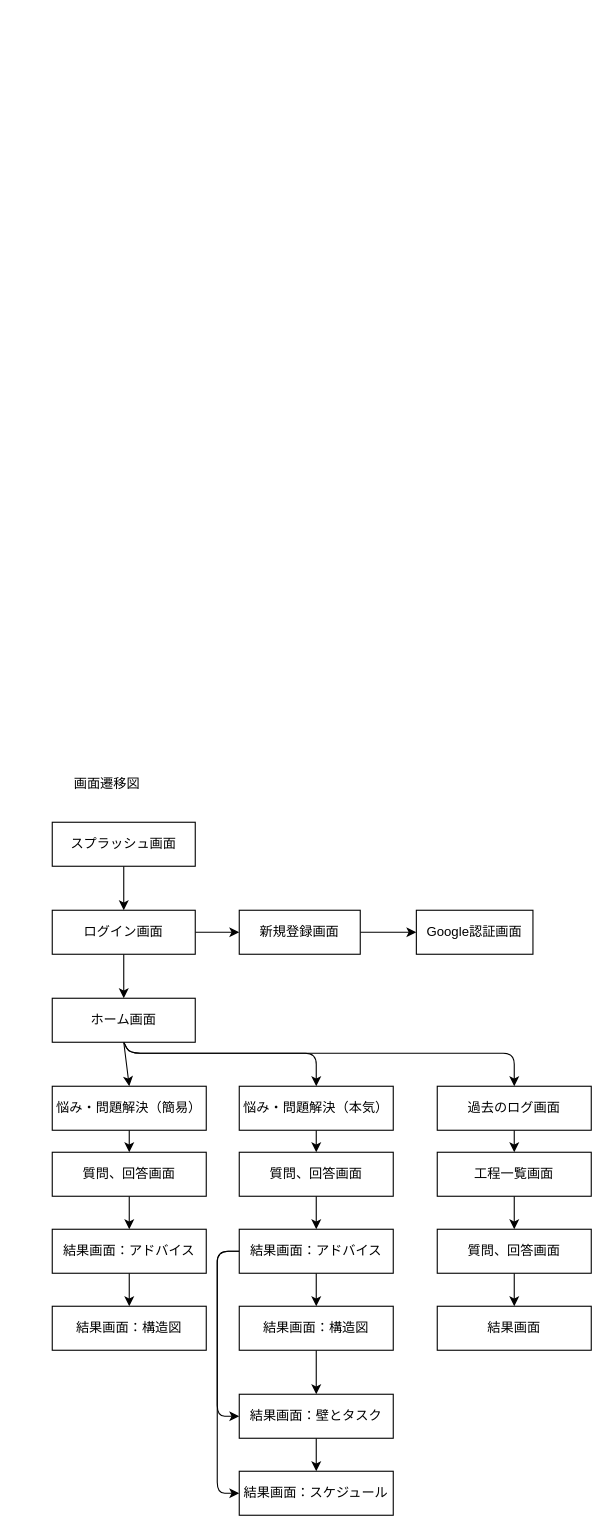
Above: page "画面遷移図" (3 of 3) of Diagrams/RequirementsDefinitionPhase.drawio in hiroyuki00889/ALL-AIBOX (draw.io), before the change. Source tidied: cells renumbered, new cells numbered last; positions are measured from the earlier drawing's top-left corner, leaving out a move shared by most shapes. Both pictures are drawn from the tidied source at 110%, with x=0, y=0 at pixel (19, 767).
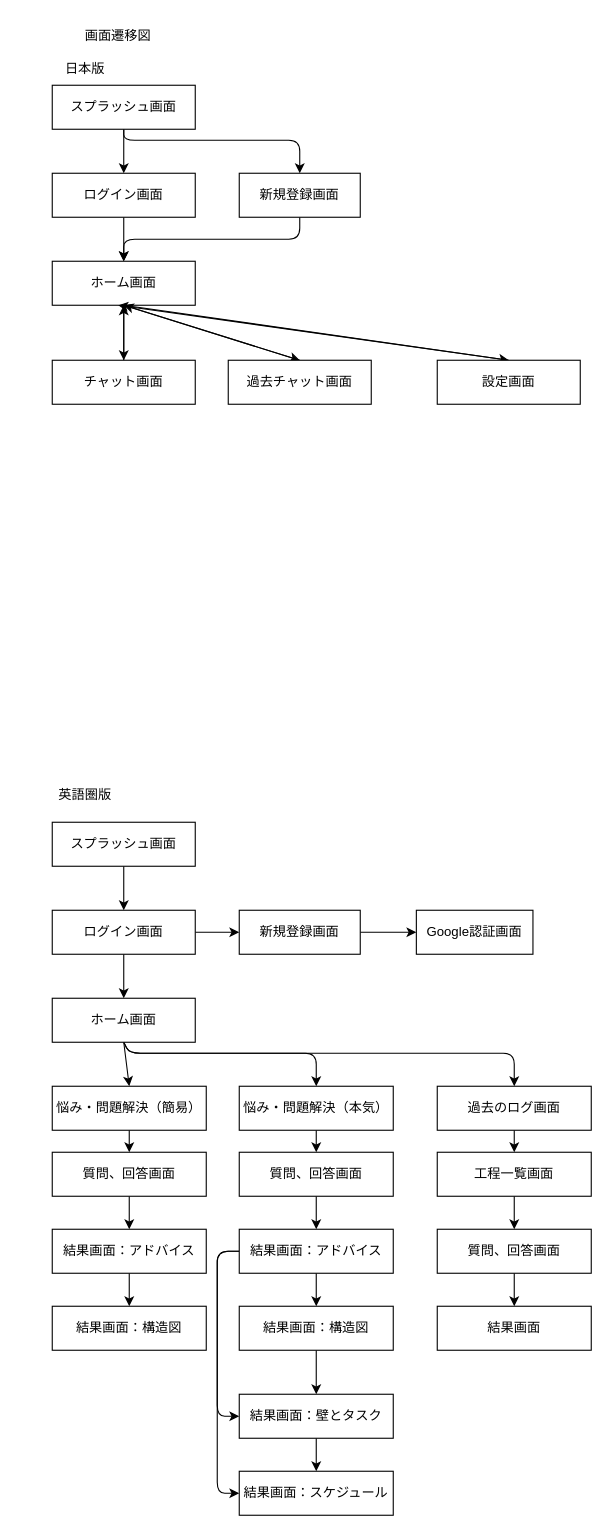
Above is the later version.

The edit, as a diff of the source:
```diff
@@
     <mxCell id="2" value="画面遷移図" style="text;html=1;strokeColor=none;fillColor=none;align=center;verticalAlign=middle;whiteSpace=wrap;rounded=0;" parent="1" vertex="1">
-      <mxGeometry width="160" height="30" as="geometry" />
+      <mxGeometry x="10" y="-680" width="160" height="30" as="geometry" />
     </mxCell>
@@
+    <mxCell id="42" value="英語圏版" style="text;html=1;align=center;verticalAlign=middle;whiteSpace=wrap;rounded=0;" parent="1" vertex="1">
+      <mxGeometry x="30" y="10" width="60" height="30" as="geometry" />
+    </mxCell>
+    <mxCell id="43" value="日本版" style="text;html=1;align=center;verticalAlign=middle;whiteSpace=wrap;rounded=0;" parent="1" vertex="1">
+      <mxGeometry x="30" y="-650" width="60" height="30" as="geometry" />
+    </mxCell>
+    <mxCell id="44" style="edgeStyle=none;html=1;exitX=0.5;exitY=1;exitDx=0;exitDy=0;entryX=0.5;entryY=0;entryDx=0;entryDy=0;" parent="1" edge="1" source="46" target="48">
+      <mxGeometry relative="1" as="geometry" />
+    </mxCell>
+    <mxCell id="45" style="edgeStyle=none;html=1;exitX=0.5;exitY=1;exitDx=0;exitDy=0;entryX=0.5;entryY=0;entryDx=0;entryDy=0;" parent="1" edge="1" source="46" target="50">
+      <mxGeometry relative="1" as="geometry">
+        <Array as="points">
+          <mxPoint x="95" y="-570" />
+          <mxPoint x="255" y="-570" />
+        </Array>
+      </mxGeometry>
+    </mxCell>
+    <mxCell id="46" value="スプラッシュ画面" style="rounded=0;whiteSpace=wrap;html=1;" parent="1" vertex="1">
+      <mxGeometry x="30" y="-620" width="130" height="40" as="geometry" />
+    </mxCell>
+    <mxCell id="47" style="edgeStyle=none;html=1;exitX=0.5;exitY=1;exitDx=0;exitDy=0;entryX=0.5;entryY=0;entryDx=0;entryDy=0;" parent="1" edge="1" source="48" target="54">
+      <mxGeometry relative="1" as="geometry" />
+    </mxCell>
+    <mxCell id="48" value="ログイン画面" style="rounded=0;whiteSpace=wrap;html=1;" parent="1" vertex="1">
+      <mxGeometry x="30" y="-540" width="130" height="40" as="geometry" />
+    </mxCell>
+    <mxCell id="49" style="edgeStyle=none;html=1;exitX=0.5;exitY=1;exitDx=0;exitDy=0;entryX=0.5;entryY=0;entryDx=0;entryDy=0;" parent="1" edge="1" source="50" target="54">
+      <mxGeometry relative="1" as="geometry">
+        <Array as="points">
+          <mxPoint x="255" y="-480" />
+          <mxPoint x="95" y="-480" />
+        </Array>
+      </mxGeometry>
+    </mxCell>
+    <mxCell id="50" value="新規登録画面" style="rounded=0;whiteSpace=wrap;html=1;" parent="1" vertex="1">
+      <mxGeometry x="200" y="-540" width="110" height="40" as="geometry" />
+    </mxCell>
+    <mxCell id="51" style="edgeStyle=none;html=1;exitX=0.5;exitY=1;exitDx=0;exitDy=0;entryX=0.5;entryY=0;entryDx=0;entryDy=0;" parent="1" edge="1" source="54" target="58">
+      <mxGeometry relative="1" as="geometry" />
+    </mxCell>
+    <mxCell id="52" style="edgeStyle=none;html=1;exitX=0.5;exitY=1;exitDx=0;exitDy=0;entryX=0.5;entryY=0;entryDx=0;entryDy=0;" parent="1" edge="1" source="54" target="60">
+      <mxGeometry relative="1" as="geometry" />
+    </mxCell>
+    <mxCell id="53" style="edgeStyle=none;html=1;exitX=0.5;exitY=1;exitDx=0;exitDy=0;entryX=0.5;entryY=0;entryDx=0;entryDy=0;" parent="1" edge="1" source="54" target="56">
+      <mxGeometry relative="1" as="geometry" />
+    </mxCell>
+    <mxCell id="54" value="ホーム画面" style="rounded=0;whiteSpace=wrap;html=1;" parent="1" vertex="1">
+      <mxGeometry x="30" y="-460" width="130" height="40" as="geometry" />
+    </mxCell>
+    <mxCell id="55" style="edgeStyle=none;html=1;exitX=0.5;exitY=0;exitDx=0;exitDy=0;" parent="1" edge="1" source="56">
+      <mxGeometry relative="1" as="geometry">
+        <mxPoint x="90" y="-420" as="targetPoint" />
+      </mxGeometry>
+    </mxCell>
+    <mxCell id="56" value="設定画面" style="rounded=0;whiteSpace=wrap;html=1;" parent="1" vertex="1">
+      <mxGeometry x="380" y="-370" width="130" height="40" as="geometry" />
+    </mxCell>
+    <mxCell id="57" style="edgeStyle=none;html=1;exitX=0.5;exitY=0;exitDx=0;exitDy=0;" parent="1" edge="1" source="58">
+      <mxGeometry relative="1" as="geometry">
+        <mxPoint x="95" y="-420" as="targetPoint" />
+      </mxGeometry>
+    </mxCell>
+    <mxCell id="58" value="チャット画面" style="rounded=0;whiteSpace=wrap;html=1;" parent="1" vertex="1">
+      <mxGeometry x="30" y="-370" width="130" height="40" as="geometry" />
+    </mxCell>
+    <mxCell id="59" style="edgeStyle=none;html=1;exitX=0.5;exitY=0;exitDx=0;exitDy=0;entryX=0.5;entryY=1;entryDx=0;entryDy=0;" parent="1" edge="1" source="60" target="54">
+      <mxGeometry relative="1" as="geometry" />
+    </mxCell>
+    <mxCell id="60" value="過去チャット画面" style="rounded=0;whiteSpace=wrap;html=1;" parent="1" vertex="1">
+      <mxGeometry x="190" y="-370" width="130" height="40" as="geometry" />
+    </mxCell>
```
